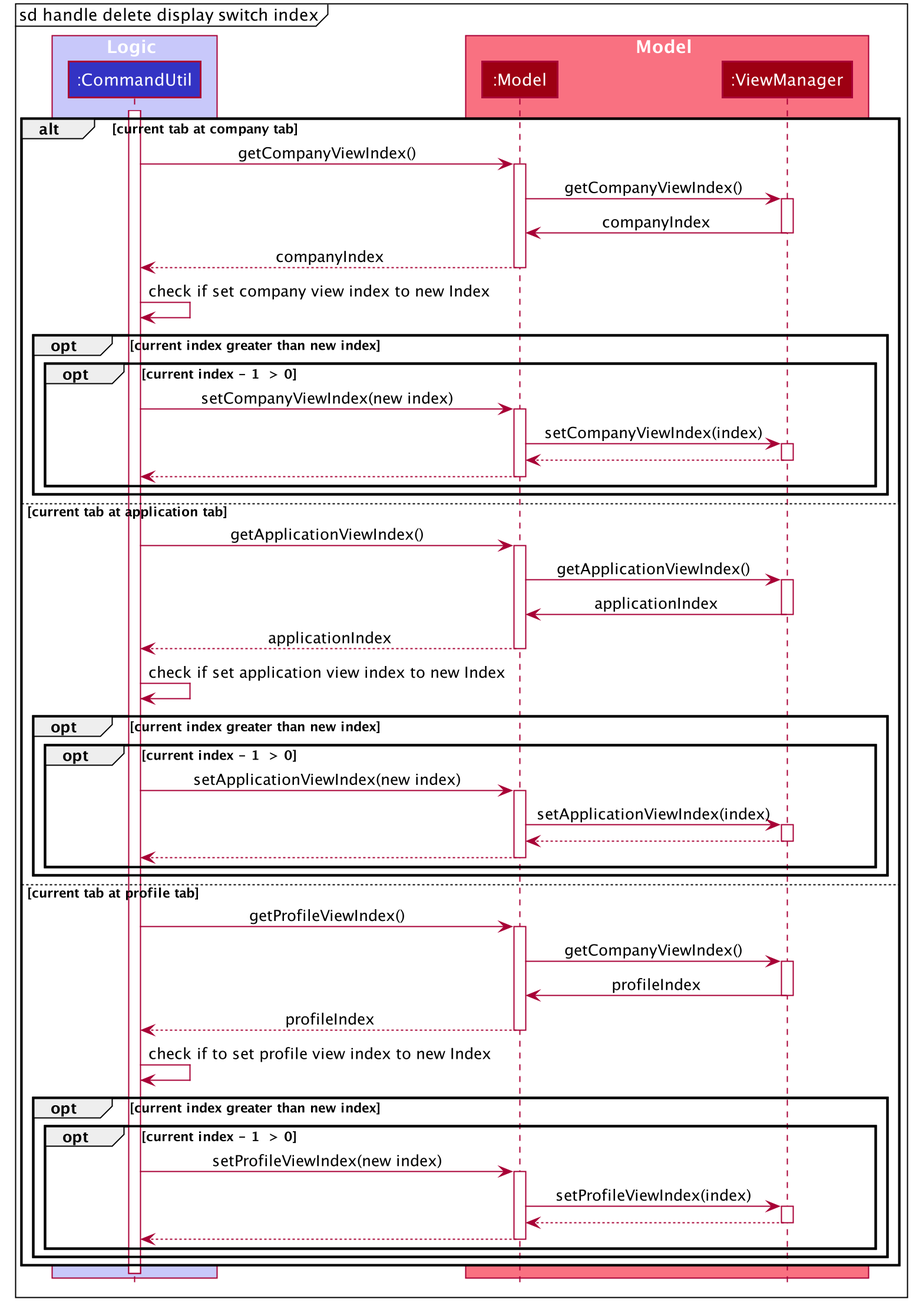
The PlantUML diagram docs/images/HandleDeleteDisplaySwitchIndexSequenceDiagram.png in shawn-nyk/tp, before a commit.
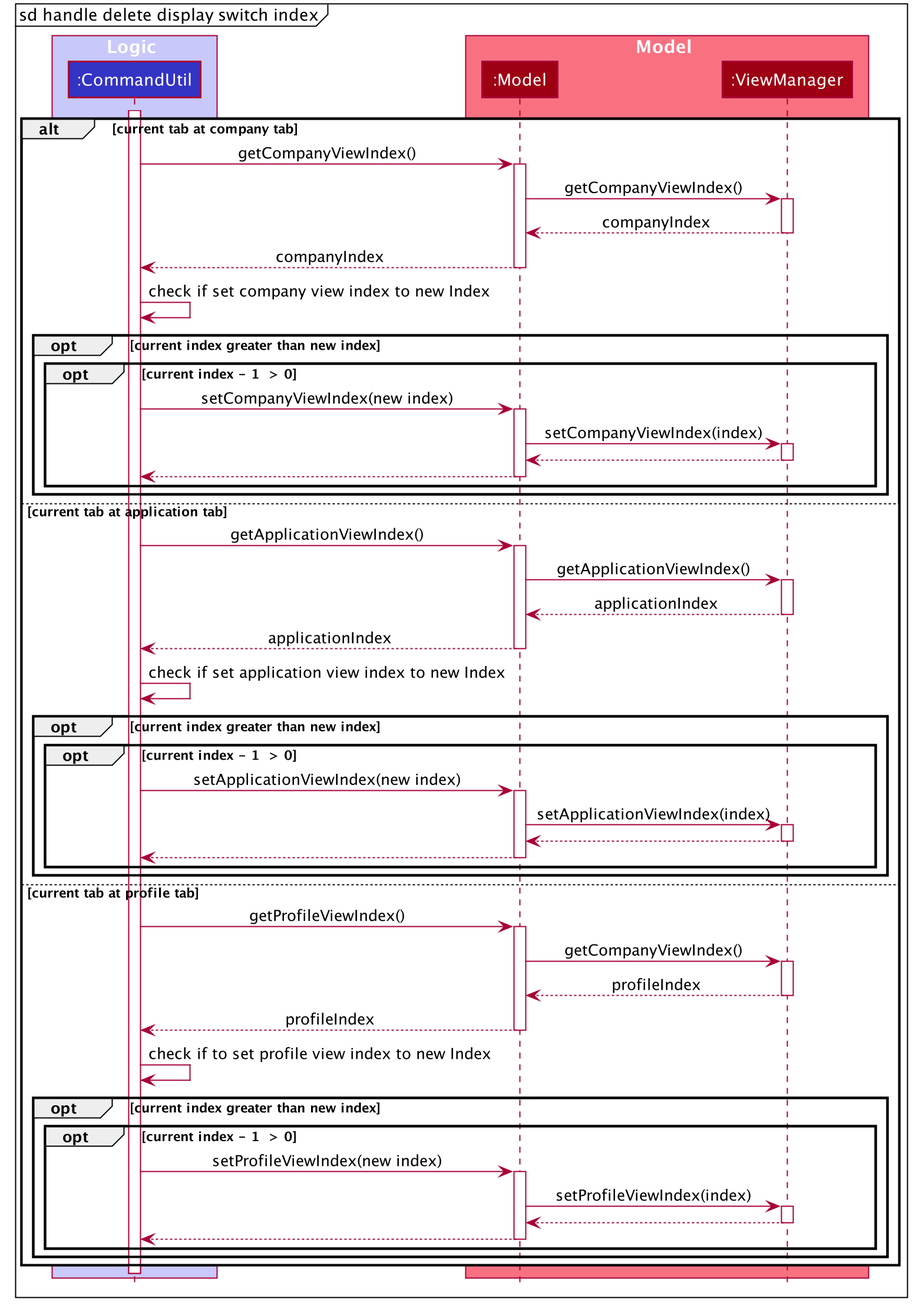
Later version of the same file.

Commit message:
fix diagram bug

What changed in the source:
```diff
@@ -67,7 +67,7 @@
     activate Model
     Model -> ViewManager : getCompanyViewIndex()
     activate ViewManager
-    ViewManager -> Model :  companyIndex
+    ViewManager --> Model :  companyIndex
     deactivate ViewManager
     Model --> CommandUtil : companyIndex
     deactivate Model
@@ -89,7 +89,7 @@
     activate Model
     Model -> ViewManager : getApplicationViewIndex()
     activate ViewManager
-    ViewManager -> Model :  applicationIndex
+    ViewManager --> Model :  applicationIndex
     deactivate ViewManager
     Model --> CommandUtil : applicationIndex
     deactivate Model
@@ -111,7 +111,7 @@
     activate Model
     Model -> ViewManager : getCompanyViewIndex()
     activate ViewManager
-    ViewManager -> Model :  profileIndex
+    ViewManager --> Model :  profileIndex
     deactivate ViewManager
     Model --> CommandUtil : profileIndex
     deactivate Model
```
